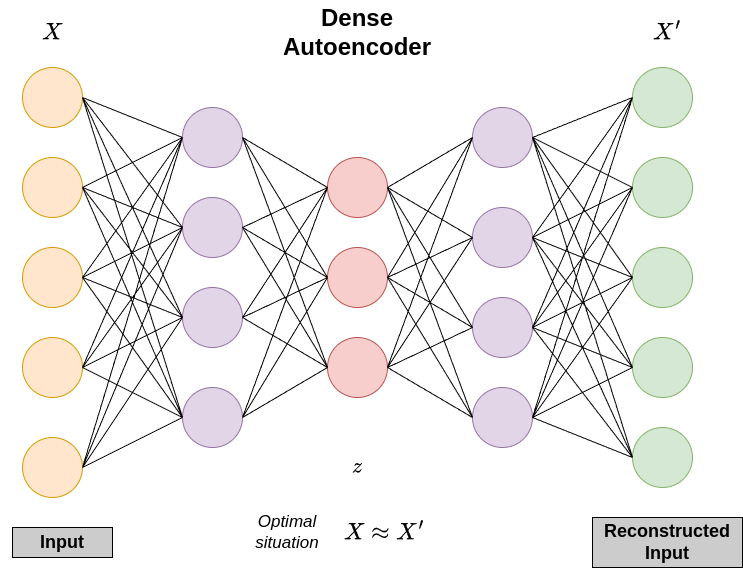
Earlier version of the draw.io export figures/ae.png (Jafagervik/master-thesis). Source tidied: cells renumbered, new cells last; positions are measured from the earlier drawing's top-left corner, leaving out a move shared by most shapes.
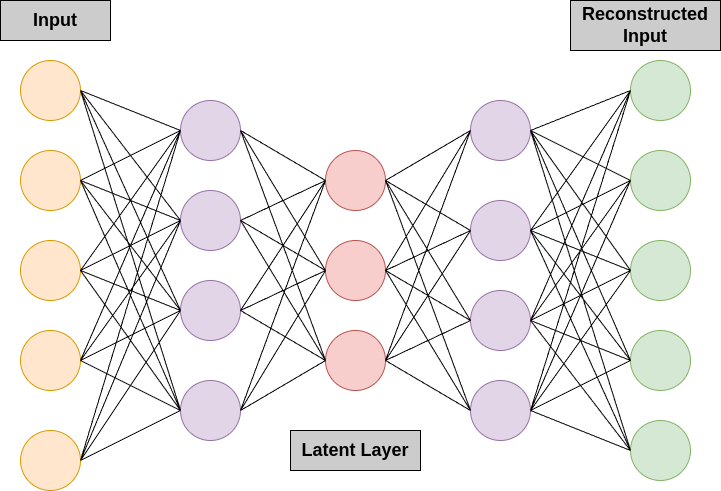
The same file after the commit.

Diff of the diagram source:
```diff
@@ -2,21 +2,12 @@
   <root>
     <mxCell id="0" />
     <mxCell id="1" parent="0" />
-    <mxCell id="2" value="&lt;span style=&quot;font-size: 20px;&quot;&gt;&lt;b&gt;$$X\approx X'$$&lt;/b&gt;&lt;/span&gt;" style="text;html=1;align=center;verticalAlign=middle;whiteSpace=wrap;rounded=0;" parent="1" vertex="1">
-      <mxGeometry x="332" y="510" width="105" height="30" as="geometry" />
-    </mxCell>
     <mxCell id="3" value="&lt;font style=&quot;font-size: 18px;&quot;&gt;&lt;b&gt;Input&lt;/b&gt;&lt;/font&gt;" style="rounded=0;whiteSpace=wrap;html=1;fillColor=#CCCCCC;" parent="1" vertex="1">
-      <mxGeometry x="12" y="520" width="100" height="30" as="geometry" />
+      <mxGeometry x="2" width="110" height="40" as="geometry" />
     </mxCell>
     <mxCell id="4" value="&lt;font style=&quot;font-size: 18px;&quot;&gt;&lt;b&gt;Reconstructed Input&lt;/b&gt;&lt;/font&gt;" style="rounded=0;whiteSpace=wrap;html=1;fillColor=#CCCCCC;" parent="1" vertex="1">
-      <mxGeometry x="592" y="510" width="150" height="50" as="geometry" />
+      <mxGeometry x="572" width="150" height="50" as="geometry" />
     </mxCell>
-    <mxCell id="5" value="&lt;i&gt;&lt;font style=&quot;font-size: 17px;&quot;&gt;Optimal situation&lt;/font&gt;&lt;/i&gt;" style="text;html=1;align=center;verticalAlign=middle;whiteSpace=wrap;rounded=0;" parent="1" vertex="1">
-      <mxGeometry x="232" y="510" width="110" height="30" as="geometry" />
-    </mxCell>
-    <mxCell id="6" value="&lt;b style=&quot;background-color: initial;&quot;&gt;&lt;font style=&quot;font-size: 18px;&quot;&gt;$$z$$&lt;/font&gt;&lt;/b&gt;" style="text;html=1;align=center;verticalAlign=middle;whiteSpace=wrap;rounded=0;" parent="1" vertex="1">
-      <mxGeometry x="322" y="435" width="70" height="50" as="geometry" />
-    </mxCell>
     <mxCell id="7" style="ellipse;whiteSpace=wrap;html=1;fillColor=#ffe6cc;strokeColor=#d79b00;" parent="1" vertex="1">
       <mxGeometry x="22" y="60" width="60" height="60" as="geometry" />
     </mxCell>
@@ -309,14 +300,8 @@
     <mxCell id="92" style="endArrow=none;html=1;rounded=0;exitX=1;exitY=0.5;exitDx=0;exitDy=0;entryX=1;entryY=0.5;entryDx=0;entryDy=0;" parent="1" edge="1" source="16" target="57">
       <mxGeometry relative="1" as="geometry" />
     </mxCell>
-    <mxCell id="93" value="&lt;span style=&quot;font-size: 20px;&quot;&gt;&lt;b&gt;$$X$$&lt;/b&gt;&lt;/span&gt;" style="text;html=1;align=center;verticalAlign=middle;whiteSpace=wrap;rounded=0;" parent="1" vertex="1">
-      <mxGeometry x="-0.5" y="10" width="105" height="30" as="geometry" />
-    </mxCell>
-    <mxCell id="94" value="&lt;span style=&quot;font-size: 20px;&quot;&gt;&lt;b&gt;$$X'$$&lt;/b&gt;&lt;/span&gt;" style="text;html=1;align=center;verticalAlign=middle;whiteSpace=wrap;rounded=0;" parent="1" vertex="1">
-      <mxGeometry x="614.5" y="10" width="105" height="30" as="geometry" />
-    </mxCell>
-    <mxCell id="95" value="&lt;font size=&quot;1&quot; style=&quot;&quot;&gt;&lt;b style=&quot;font-size: 24px;&quot;&gt;Dense Autoencoder&lt;/b&gt;&lt;/font&gt;" style="text;html=1;align=center;verticalAlign=middle;whiteSpace=wrap;rounded=0;" parent="1" vertex="1">
-      <mxGeometry x="272" width="170" height="50" as="geometry" />
-    </mxCell>
+    <mxCell id="96" value="&lt;font style=&quot;font-size: 18px;&quot;&gt;&lt;b&gt;Latent Layer&lt;/b&gt;&lt;/font&gt;" style="rounded=0;whiteSpace=wrap;html=1;fillColor=#CCCCCC;" parent="1" vertex="1">
+      <mxGeometry x="292" y="430" width="130" height="40" as="geometry" />
+    </mxCell>
   </root>
 </mxGraphModel>
```
